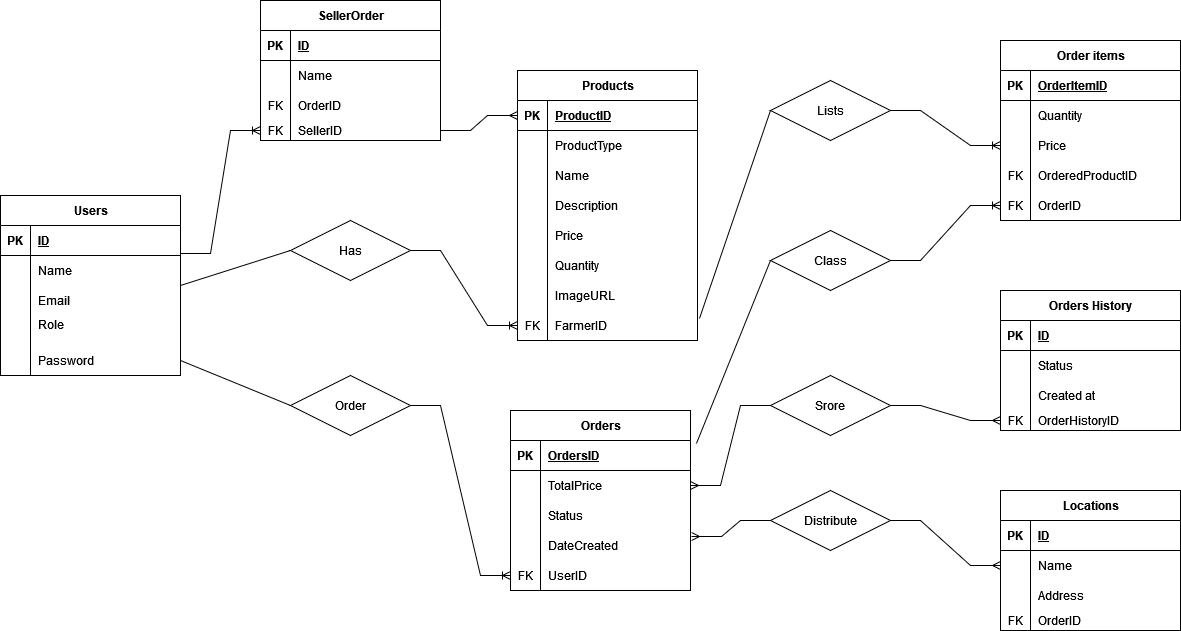
Earlier version of the draw.io export misc/ERD.png (safwanx/Agrarian-Pantry). Source tidied: cells renumbered, new cells last; positions are measured from the earlier drawing's top-left corner, leaving out a move shared by most shapes.
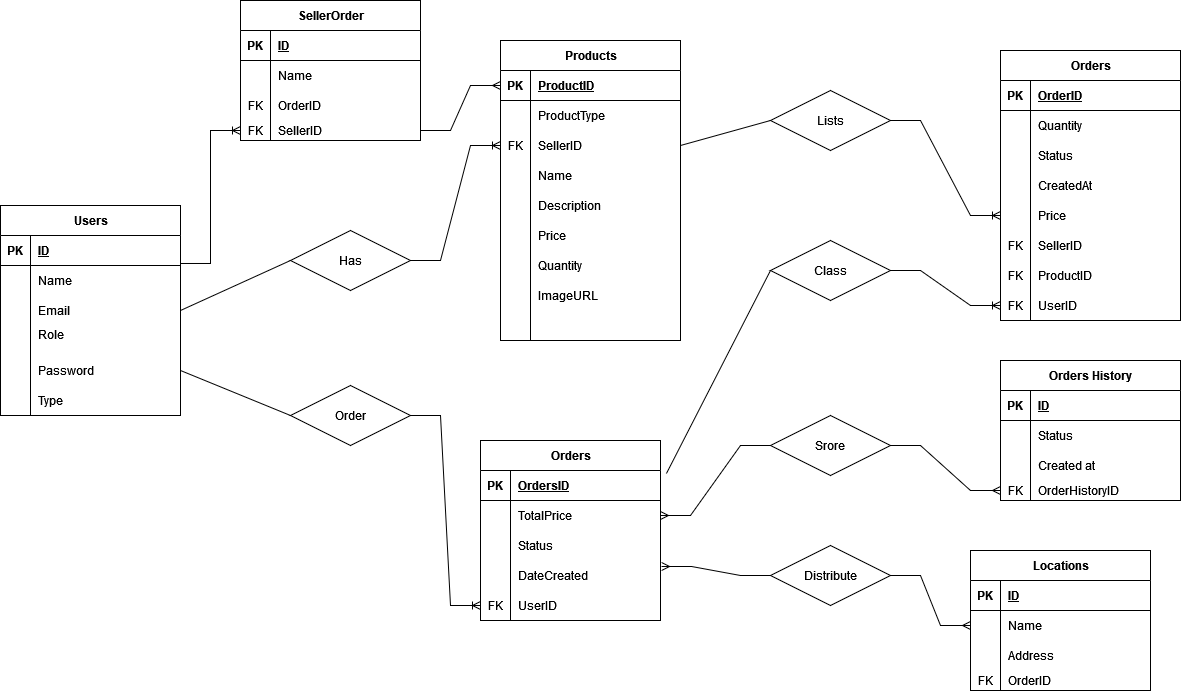
The same file after the commit.

Commit message:
modified erd a bit

Diff of the diagram source:
```diff
@@ -3,7 +3,7 @@
     <mxCell id="0" />
     <mxCell id="1" parent="0" />
     <mxCell id="2" value="Users" style="shape=table;startSize=30;rowLines=0;fontStyle=1;align=center;html=1;" parent="1" vertex="1">
-      <mxGeometry y="195" width="180" height="180" as="geometry" />
+      <mxGeometry y="195" width="180" height="210" as="geometry" />
     </mxCell>
     <mxCell id="3" style="shape=tableRow;horizontal=0;startSize=0;swimlaneHead=0;swimlaneBody=0;fillColor=none;points=[[0,0.5],[1,0.5]];portConstraint=eastwest;top=0;left=0;right=0;bottom=1;" parent="2" vertex="1">
       <mxGeometry y="30" width="180" height="30" as="geometry" />
@@ -50,8 +50,17 @@
     <mxCell id="17" value="Password" style="shape=partialRectangle;fillColor=none;top=0;left=0;bottom=0;right=0;align=left;spacingLeft=6;overflow=hidden;whiteSpace=wrap;html=1;" parent="15" vertex="1">
       <mxGeometry x="30" width="150" height="30" as="geometry" />
     </mxCell>
+    <mxCell id="134" style="shape=tableRow;horizontal=0;startSize=0;swimlaneHead=0;swimlaneBody=0;fillColor=none;top=0;left=0;right=0;bottom=0;" parent="2" vertex="1">
+      <mxGeometry y="180" width="180" height="30" as="geometry" />
+    </mxCell>
+    <mxCell id="135" style="shape=partialRectangle;fillColor=none;top=0;left=0;bottom=0;right=0;overflow=hidden;whiteSpace=wrap;html=1;" parent="134" vertex="1">
+      <mxGeometry width="30" height="30" as="geometry" />
+    </mxCell>
+    <mxCell id="136" value="Type" style="shape=partialRectangle;fillColor=none;top=0;left=0;bottom=0;right=0;align=left;spacingLeft=6;overflow=hidden;whiteSpace=wrap;html=1;" parent="134" vertex="1">
+      <mxGeometry x="30" width="150" height="30" as="geometry" />
+    </mxCell>
     <mxCell id="18" value="Products" style="shape=table;startSize=30;rowLines=0;fontStyle=1;align=center;html=1;" parent="1" vertex="1">
-      <mxGeometry x="517" y="70" width="180" height="270" as="geometry" />
+      <mxGeometry x="500" y="30" width="180" height="300" as="geometry" />
     </mxCell>
     <mxCell id="19" style="shape=tableRow;horizontal=0;startSize=0;swimlaneHead=0;swimlaneBody=0;fillColor=none;points=[[0,0.5],[1,0.5]];portConstraint=eastwest;top=0;left=0;right=0;bottom=1;" parent="18" vertex="1">
       <mxGeometry y="30" width="180" height="30" as="geometry" />
@@ -71,8 +80,17 @@
     <mxCell id="24" value="ProductType" style="shape=partialRectangle;fillColor=none;top=0;left=0;bottom=0;right=0;align=left;spacingLeft=6;overflow=hidden;whiteSpace=wrap;html=1;" parent="22" vertex="1">
       <mxGeometry x="30" width="150" height="30" as="geometry" />
     </mxCell>
+    <mxCell id="137" style="shape=tableRow;horizontal=0;startSize=0;swimlaneHead=0;swimlaneBody=0;fillColor=none;points=[[0,0.5],[1,0.5]];portConstraint=eastwest;top=0;left=0;right=0;bottom=0;" parent="18" vertex="1">
+      <mxGeometry y="90" width="180" height="30" as="geometry" />
+    </mxCell>
+    <mxCell id="138" value="FK" style="shape=partialRectangle;fillColor=none;top=0;left=0;bottom=0;right=0;overflow=hidden;whiteSpace=wrap;html=1;" parent="137" vertex="1">
+      <mxGeometry width="30" height="30" as="geometry" />
+    </mxCell>
+    <mxCell id="139" value="SellerID" style="shape=partialRectangle;fillColor=none;top=0;left=0;bottom=0;right=0;align=left;spacingLeft=6;overflow=hidden;whiteSpace=wrap;html=1;" parent="137" vertex="1">
+      <mxGeometry x="30" width="150" height="30" as="geometry" />
+    </mxCell>
     <mxCell id="25" style="shape=tableRow;horizontal=0;startSize=0;swimlaneHead=0;swimlaneBody=0;fillColor=none;top=0;left=0;right=0;bottom=0;" parent="18" vertex="1">
-      <mxGeometry y="90" width="180" height="30" as="geometry" />
+      <mxGeometry y="120" width="180" height="30" as="geometry" />
     </mxCell>
     <mxCell id="26" style="shape=partialRectangle;fillColor=none;top=0;left=0;bottom=0;right=0;overflow=hidden;whiteSpace=wrap;html=1;" parent="25" vertex="1">
       <mxGeometry width="30" height="30" as="geometry" />
@@ -81,7 +99,7 @@
       <mxGeometry x="30" width="150" height="30" as="geometry" />
     </mxCell>
     <mxCell id="28" style="shape=tableRow;horizontal=0;startSize=0;swimlaneHead=0;swimlaneBody=0;fillColor=none;top=0;left=0;right=0;bottom=0;" parent="18" vertex="1">
-      <mxGeometry y="120" width="180" height="30" as="geometry" />
+      <mxGeometry y="150" width="180" height="30" as="geometry" />
     </mxCell>
     <mxCell id="29" style="shape=partialRectangle;fillColor=none;top=0;left=0;bottom=0;right=0;overflow=hidden;whiteSpace=wrap;html=1;" parent="28" vertex="1">
       <mxGeometry width="30" height="30" as="geometry" />
@@ -90,7 +108,7 @@
       <mxGeometry x="30" width="150" height="30" as="geometry" />
     </mxCell>
     <mxCell id="31" style="shape=tableRow;horizontal=0;startSize=0;swimlaneHead=0;swimlaneBody=0;fillColor=none;top=0;left=0;right=0;bottom=0;" parent="18" vertex="1">
-      <mxGeometry y="150" width="180" height="30" as="geometry" />
+      <mxGeometry y="180" width="180" height="30" as="geometry" />
     </mxCell>
     <mxCell id="32" style="shape=partialRectangle;fillColor=none;top=0;left=0;bottom=0;right=0;overflow=hidden;whiteSpace=wrap;html=1;" parent="31" vertex="1">
       <mxGeometry width="30" height="30" as="geometry" />
@@ -99,7 +117,7 @@
       <mxGeometry x="30" width="150" height="30" as="geometry" />
     </mxCell>
     <mxCell id="34" style="shape=tableRow;horizontal=0;startSize=0;swimlaneHead=0;swimlaneBody=0;fillColor=none;top=0;left=0;right=0;bottom=0;" parent="18" vertex="1">
-      <mxGeometry y="180" width="180" height="30" as="geometry" />
+      <mxGeometry y="210" width="180" height="30" as="geometry" />
     </mxCell>
     <mxCell id="35" style="shape=partialRectangle;fillColor=none;top=0;left=0;bottom=0;right=0;overflow=hidden;whiteSpace=wrap;html=1;" parent="34" vertex="1">
       <mxGeometry width="30" height="30" as="geometry" />
@@ -108,7 +126,7 @@
       <mxGeometry x="30" width="150" height="30" as="geometry" />
     </mxCell>
     <mxCell id="37" style="shape=tableRow;horizontal=0;startSize=0;swimlaneHead=0;swimlaneBody=0;fillColor=none;top=0;left=0;right=0;bottom=0;" parent="18" vertex="1">
-      <mxGeometry y="210" width="180" height="30" as="geometry" />
+      <mxGeometry y="240" width="180" height="30" as="geometry" />
     </mxCell>
     <mxCell id="38" style="shape=partialRectangle;fillColor=none;top=0;left=0;bottom=0;right=0;overflow=hidden;whiteSpace=wrap;html=1;" parent="37" vertex="1">
       <mxGeometry width="30" height="30" as="geometry" />
@@ -117,16 +135,16 @@
       <mxGeometry x="30" width="150" height="30" as="geometry" />
     </mxCell>
     <mxCell id="40" style="shape=tableRow;horizontal=0;startSize=0;swimlaneHead=0;swimlaneBody=0;fillColor=none;points=[[0,0.5],[1,0.5]];portConstraint=eastwest;top=0;left=0;right=0;bottom=0;" parent="18" vertex="1">
-      <mxGeometry y="240" width="180" height="30" as="geometry" />
+      <mxGeometry y="270" width="180" height="30" as="geometry" />
     </mxCell>
-    <mxCell id="41" value="FK" style="shape=partialRectangle;fillColor=none;top=0;left=0;bottom=0;right=0;overflow=hidden;whiteSpace=wrap;html=1;" parent="40" vertex="1">
+    <mxCell id="41" style="shape=partialRectangle;fillColor=none;top=0;left=0;bottom=0;right=0;overflow=hidden;whiteSpace=wrap;html=1;" parent="40" vertex="1">
       <mxGeometry width="30" height="30" as="geometry" />
     </mxCell>
-    <mxCell id="42" value="FarmerID" style="shape=partialRectangle;fillColor=none;top=0;left=0;bottom=0;right=0;align=left;spacingLeft=6;overflow=hidden;whiteSpace=wrap;html=1;" parent="40" vertex="1">
+    <mxCell id="42" style="shape=partialRectangle;fillColor=none;top=0;left=0;bottom=0;right=0;align=left;spacingLeft=6;overflow=hidden;whiteSpace=wrap;html=1;" parent="40" vertex="1">
       <mxGeometry x="30" width="150" height="30" as="geometry" />
     </mxCell>
     <mxCell id="43" value="Orders" style="shape=table;startSize=30;rowLines=0;fontStyle=1;align=center;html=1;" parent="1" vertex="1">
-      <mxGeometry x="510" y="410" width="180" height="180" as="geometry" />
+      <mxGeometry x="480" y="430" width="180" height="180" as="geometry" />
     </mxCell>
     <mxCell id="44" style="shape=tableRow;horizontal=0;startSize=0;swimlaneHead=0;swimlaneBody=0;fillColor=none;points=[[0,0.5],[1,0.5]];portConstraint=eastwest;top=0;left=0;right=0;bottom=1;" parent="43" vertex="1">
       <mxGeometry y="30" width="180" height="30" as="geometry" />
@@ -173,8 +191,8 @@
     <mxCell id="58" value="UserID" style="shape=partialRectangle;fillColor=none;top=0;left=0;bottom=0;right=0;align=left;spacingLeft=6;overflow=hidden;whiteSpace=wrap;html=1;" parent="56" vertex="1">
       <mxGeometry x="30" width="150" height="30" as="geometry" />
     </mxCell>
-    <mxCell id="59" value="Order items" style="shape=table;startSize=30;rowLines=0;fontStyle=1;align=center;html=1;" parent="1" vertex="1">
-      <mxGeometry x="1000" y="40" width="180" height="180" as="geometry" />
+    <mxCell id="59" value="Orders" style="shape=table;startSize=30;rowLines=0;fontStyle=1;align=center;html=1;" parent="1" vertex="1">
+      <mxGeometry x="1000" y="40" width="180" height="270" as="geometry" />
     </mxCell>
     <mxCell id="60" style="shape=tableRow;horizontal=0;startSize=0;swimlaneHead=0;swimlaneBody=0;fillColor=none;top=0;left=0;right=0;bottom=1;" parent="59" vertex="1">
       <mxGeometry y="30" width="180" height="30" as="geometry" />
@@ -182,7 +200,7 @@
     <mxCell id="61" value="PK" style="shape=partialRectangle;fillColor=none;top=0;left=0;bottom=0;right=0;fontStyle=1;overflow=hidden;whiteSpace=wrap;html=1;" parent="60" vertex="1">
       <mxGeometry width="30" height="30" as="geometry" />
     </mxCell>
-    <mxCell id="62" value="OrderItemID" style="shape=partialRectangle;fillColor=none;top=0;left=0;bottom=0;right=0;align=left;spacingLeft=6;fontStyle=5;overflow=hidden;whiteSpace=wrap;html=1;" parent="60" vertex="1">
+    <mxCell id="62" value="OrderID" style="shape=partialRectangle;fillColor=none;top=0;left=0;bottom=0;right=0;align=left;spacingLeft=6;fontStyle=5;overflow=hidden;whiteSpace=wrap;html=1;" parent="60" vertex="1">
       <mxGeometry x="30" width="150" height="30" as="geometry" />
     </mxCell>
     <mxCell id="63" style="shape=tableRow;horizontal=0;startSize=0;swimlaneHead=0;swimlaneBody=0;fillColor=none;top=0;left=0;right=0;bottom=0;" parent="59" vertex="1">
@@ -194,8 +212,26 @@
     <mxCell id="65" value="Quantity" style="shape=partialRectangle;fillColor=none;top=0;left=0;bottom=0;right=0;align=left;spacingLeft=6;overflow=hidden;whiteSpace=wrap;html=1;" parent="63" vertex="1">
       <mxGeometry x="30" width="150" height="30" as="geometry" />
     </mxCell>
+    <mxCell id="140" style="shape=tableRow;horizontal=0;startSize=0;swimlaneHead=0;swimlaneBody=0;fillColor=none;top=0;left=0;right=0;bottom=0;" parent="59" vertex="1">
+      <mxGeometry y="90" width="180" height="30" as="geometry" />
+    </mxCell>
+    <mxCell id="141" style="shape=partialRectangle;fillColor=none;top=0;left=0;bottom=0;right=0;overflow=hidden;whiteSpace=wrap;html=1;" parent="140" vertex="1">
+      <mxGeometry width="30" height="30" as="geometry" />
+    </mxCell>
+    <mxCell id="142" value="Status" style="shape=partialRectangle;fillColor=none;top=0;left=0;bottom=0;right=0;align=left;spacingLeft=6;overflow=hidden;whiteSpace=wrap;html=1;" parent="140" vertex="1">
+      <mxGeometry x="30" width="150" height="30" as="geometry" />
+    </mxCell>
+    <mxCell id="143" style="shape=tableRow;horizontal=0;startSize=0;swimlaneHead=0;swimlaneBody=0;fillColor=none;top=0;left=0;right=0;bottom=0;" parent="59" vertex="1">
+      <mxGeometry y="120" width="180" height="30" as="geometry" />
+    </mxCell>
+    <mxCell id="144" style="shape=partialRectangle;fillColor=none;top=0;left=0;bottom=0;right=0;overflow=hidden;whiteSpace=wrap;html=1;" parent="143" vertex="1">
+      <mxGeometry width="30" height="30" as="geometry" />
+    </mxCell>
+    <mxCell id="145" value="CreatedAt" style="shape=partialRectangle;fillColor=none;top=0;left=0;bottom=0;right=0;align=left;spacingLeft=6;overflow=hidden;whiteSpace=wrap;html=1;" parent="143" vertex="1">
+      <mxGeometry x="30" width="150" height="30" as="geometry" />
+    </mxCell>
     <mxCell id="66" style="shape=tableRow;horizontal=0;startSize=0;swimlaneHead=0;swimlaneBody=0;fillColor=none;points=[[0,0.5],[1,0.5]];portConstraint=eastwest;top=0;left=0;right=0;bottom=0;" parent="59" vertex="1">
-      <mxGeometry y="90" width="180" height="30" as="geometry" />
+      <mxGeometry y="150" width="180" height="30" as="geometry" />
     </mxCell>
     <mxCell id="67" style="shape=partialRectangle;fillColor=none;top=0;left=0;bottom=0;right=0;overflow=hidden;whiteSpace=wrap;html=1;" parent="66" vertex="1">
       <mxGeometry width="30" height="30" as="geometry" />
@@ -203,26 +239,35 @@
     <mxCell id="68" value="Price" style="shape=partialRectangle;fillColor=none;top=0;left=0;bottom=0;right=0;align=left;spacingLeft=6;overflow=hidden;whiteSpace=wrap;html=1;" parent="66" vertex="1">
       <mxGeometry x="30" width="150" height="30" as="geometry" />
     </mxCell>
+    <mxCell id="146" style="shape=tableRow;horizontal=0;startSize=0;swimlaneHead=0;swimlaneBody=0;fillColor=none;top=0;left=0;right=0;bottom=0;" parent="59" vertex="1">
+      <mxGeometry y="180" width="180" height="30" as="geometry" />
+    </mxCell>
+    <mxCell id="147" value="FK" style="shape=partialRectangle;fillColor=none;top=0;left=0;bottom=0;right=0;overflow=hidden;whiteSpace=wrap;html=1;" parent="146" vertex="1">
+      <mxGeometry width="30" height="30" as="geometry" />
+    </mxCell>
+    <mxCell id="148" value="SellerID" style="shape=partialRectangle;fillColor=none;top=0;left=0;bottom=0;right=0;align=left;spacingLeft=6;overflow=hidden;whiteSpace=wrap;html=1;" parent="146" vertex="1">
+      <mxGeometry x="30" width="150" height="30" as="geometry" />
+    </mxCell>
     <mxCell id="69" style="shape=tableRow;horizontal=0;startSize=0;swimlaneHead=0;swimlaneBody=0;fillColor=none;top=0;left=0;right=0;bottom=0;" parent="59" vertex="1">
-      <mxGeometry y="120" width="180" height="30" as="geometry" />
+      <mxGeometry y="210" width="180" height="30" as="geometry" />
     </mxCell>
     <mxCell id="70" value="FK" style="shape=partialRectangle;fillColor=none;top=0;left=0;bottom=0;right=0;overflow=hidden;whiteSpace=wrap;html=1;" parent="69" vertex="1">
       <mxGeometry width="30" height="30" as="geometry" />
     </mxCell>
-    <mxCell id="71" value="OrderedProductID" style="shape=partialRectangle;fillColor=none;top=0;left=0;bottom=0;right=0;align=left;spacingLeft=6;overflow=hidden;whiteSpace=wrap;html=1;" parent="69" vertex="1">
+    <mxCell id="71" value="ProductID" style="shape=partialRectangle;fillColor=none;top=0;left=0;bottom=0;right=0;align=left;spacingLeft=6;overflow=hidden;whiteSpace=wrap;html=1;" parent="69" vertex="1">
       <mxGeometry x="30" width="150" height="30" as="geometry" />
     </mxCell>
     <mxCell id="72" style="shape=tableRow;horizontal=0;startSize=0;swimlaneHead=0;swimlaneBody=0;fillColor=none;points=[[0,0.5],[1,0.5]];portConstraint=eastwest;top=0;left=0;right=0;bottom=0;" parent="59" vertex="1">
-      <mxGeometry y="150" width="180" height="30" as="geometry" />
+      <mxGeometry y="240" width="180" height="30" as="geometry" />
     </mxCell>
     <mxCell id="73" value="FK" style="shape=partialRectangle;fillColor=none;top=0;left=0;bottom=0;right=0;overflow=hidden;whiteSpace=wrap;html=1;" parent="72" vertex="1">
       <mxGeometry width="30" height="30" as="geometry" />
     </mxCell>
-    <mxCell id="74" value="OrderID" style="shape=partialRectangle;fillColor=none;top=0;left=0;bottom=0;right=0;align=left;spacingLeft=6;overflow=hidden;whiteSpace=wrap;html=1;" parent="72" vertex="1">
+    <mxCell id="74" value="UserID" style="shape=partialRectangle;fillColor=none;top=0;left=0;bottom=0;right=0;align=left;spacingLeft=6;overflow=hidden;whiteSpace=wrap;html=1;" parent="72" vertex="1">
       <mxGeometry x="30" width="150" height="30" as="geometry" />
     </mxCell>
     <mxCell id="75" value="Locations" style="shape=table;startSize=30;rowLines=0;fontStyle=1;align=center;html=1;" parent="1" vertex="1">
-      <mxGeometry x="1000" y="490" width="180" height="140" as="geometry" />
+      <mxGeometry x="970" y="540" width="180" height="140" as="geometry" />
     </mxCell>
     <mxCell id="76" style="shape=tableRow;horizontal=0;startSize=0;swimlaneHead=0;swimlaneBody=0;fillColor=none;top=0;left=0;right=0;bottom=1;" parent="75" vertex="1">
       <mxGeometry y="30" width="180" height="30" as="geometry" />
@@ -272,7 +317,7 @@
         </Array>
       </mxGeometry>
     </mxCell>
-    <mxCell id="89" style="edgeStyle=entityRelationEdgeStyle;fontSize=12;html=1;endArrow=ERoneToMany;rounded=0;entryX=0;entryY=0.5;entryDx=0;entryDy=0;exitX=1;exitY=0.5;exitDx=0;exitDy=0;" parent="1" edge="1" source="107" target="40">
+    <mxCell id="89" style="edgeStyle=entityRelationEdgeStyle;fontSize=12;html=1;endArrow=ERoneToMany;rounded=0;entryX=0;entryY=0.5;entryDx=0;entryDy=0;exitX=1;exitY=0.5;exitDx=0;exitDy=0;" parent="1" edge="1" source="107" target="137">
       <mxGeometry relative="1" as="geometry" />
     </mxCell>
     <mxCell id="90" style="edgeStyle=entityRelationEdgeStyle;fontSize=12;html=1;endArrow=ERoneToMany;rounded=0;entryX=0;entryY=0.5;entryDx=0;entryDy=0;exitX=1;exitY=0.5;exitDx=0;exitDy=0;" parent="1" edge="1" source="111" target="72">
@@ -291,7 +336,7 @@
       </mxGeometry>
     </mxCell>
     <mxCell id="92" value="Orders History" style="shape=table;startSize=30;rowLines=0;fontStyle=1;align=center;html=1;" parent="1" vertex="1">
-      <mxGeometry x="1000" y="290" width="180" height="140" as="geometry" />
+      <mxGeometry x="1000" y="350" width="180" height="140" as="geometry" />
     </mxCell>
     <mxCell id="93" style="shape=tableRow;horizontal=0;startSize=0;swimlaneHead=0;swimlaneBody=0;fillColor=none;top=0;left=0;right=0;bottom=1;" parent="92" vertex="1">
       <mxGeometry y="30" width="180" height="30" as="geometry" />
@@ -344,7 +389,7 @@
     <mxCell id="109" value="Lists" style="shape=rhombus;perimeter=rhombusPerimeter;whiteSpace=wrap;html=1;align=center;" parent="1" vertex="1">
       <mxGeometry x="770" y="80" width="120" height="60" as="geometry" />
     </mxCell>
-    <mxCell id="110" style="endArrow=none;html=1;rounded=0;exitX=1.011;exitY=0.267;exitDx=0;exitDy=0;entryX=0;entryY=0.5;entryDx=0;entryDy=0;exitPerimeter=0;" parent="1" edge="1" source="40" target="109">
+    <mxCell id="110" style="endArrow=none;html=1;rounded=0;exitX=1;exitY=0.5;exitDx=0;exitDy=0;entryX=0;entryY=0.5;entryDx=0;entryDy=0;" parent="1" edge="1" source="137" target="109">
       <mxGeometry relative="1" as="geometry" />
     </mxCell>
     <mxCell id="111" value="Class" style="shape=rhombus;perimeter=rhombusPerimeter;whiteSpace=wrap;html=1;align=center;" parent="1" vertex="1">
@@ -354,10 +399,10 @@
       <mxGeometry relative="1" as="geometry" />
     </mxCell>
     <mxCell id="113" value="Srore" style="shape=rhombus;perimeter=rhombusPerimeter;whiteSpace=wrap;html=1;align=center;" parent="1" vertex="1">
-      <mxGeometry x="770" y="375" width="120" height="60" as="geometry" />
+      <mxGeometry x="770" y="405" width="120" height="60" as="geometry" />
     </mxCell>
     <mxCell id="114" value="Distribute" style="shape=rhombus;perimeter=rhombusPerimeter;whiteSpace=wrap;html=1;align=center;" parent="1" vertex="1">
-      <mxGeometry x="770" y="490" width="120" height="60" as="geometry" />
+      <mxGeometry x="770" y="535" width="120" height="60" as="geometry" />
     </mxCell>
     <mxCell id="115" style="edgeStyle=entityRelationEdgeStyle;fontSize=12;html=1;endArrow=ERmany;rounded=0;entryX=1.006;entryY=0.2;entryDx=0;entryDy=0;entryPerimeter=0;exitX=0;exitY=0.5;exitDx=0;exitDy=0;" parent="1" edge="1" source="114" target="53">
       <mxGeometry relative="1" as="geometry">
@@ -388,7 +433,7 @@
       </mxGeometry>
     </mxCell>
     <mxCell id="119" value="SellerOrder" style="shape=table;startSize=30;rowLines=0;fontStyle=1;align=center;html=1;" parent="1" vertex="1">
-      <mxGeometry x="260" width="180" height="140" as="geometry" />
+      <mxGeometry x="240" y="-10" width="180" height="140" as="geometry" />
     </mxCell>
     <mxCell id="120" style="shape=tableRow;horizontal=0;startSize=0;swimlaneHead=0;swimlaneBody=0;fillColor=none;top=0;left=0;right=0;bottom=1;" parent="119" vertex="1">
       <mxGeometry y="30" width="180" height="30" as="geometry" />
@@ -438,9 +483,8 @@
         </Array>
       </mxGeometry>
     </mxCell>
-    <mxCell id="133" style="edgeStyle=entityRelationEdgeStyle;fontSize=12;html=1;endArrow=ERmany;rounded=0;entryX=0;entryY=0.5;entryDx=0;entryDy=0;exitX=1;exitY=0.5;exitDx=0;exitDy=0;" parent="1" edge="1" target="19">
+    <mxCell id="133" style="edgeStyle=entityRelationEdgeStyle;fontSize=12;html=1;endArrow=ERmany;rounded=0;entryX=0;entryY=0.5;entryDx=0;entryDy=0;exitX=1;exitY=0.5;exitDx=0;exitDy=0;" parent="1" edge="1" source="129" target="19">
       <mxGeometry relative="1" as="geometry">
-        <mxPoint x="440" y="130" as="sourcePoint" />
         <Array as="points">
           <mxPoint x="280" y="214" />
         </Array>
```
